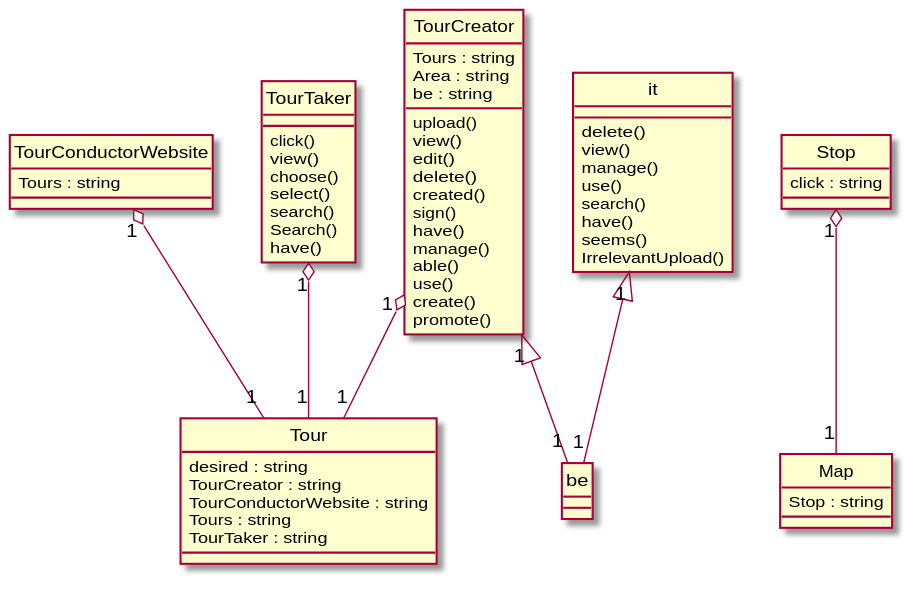
Earlier version of the PlantUML export Diagrams/2015-USC-Project05.svg (xixixhalu/DomainModelExtractor).
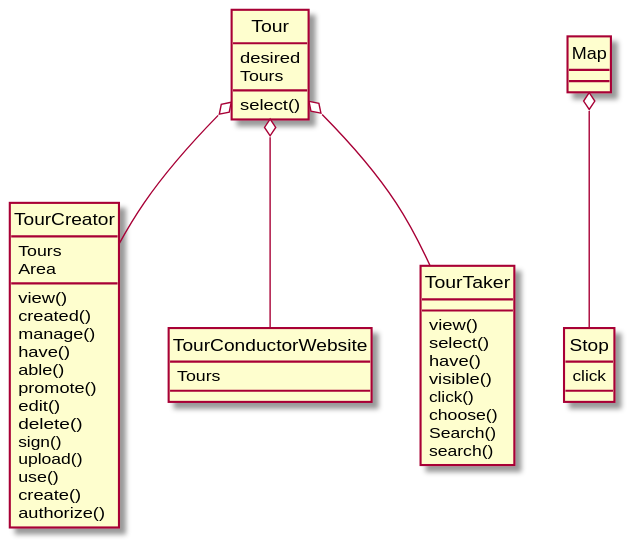
After the change.

What changed in the source:
```diff
@@ -1,61 +1,47 @@
 @startuml
 hide circle
 class TourCreator {
-	Tours : string
-	Area : string
-	be : string
-	upload()
+	Tours
+	Area
 	view()
+	created()
+	manage()
+	have()
+	able()
+	promote()
 	edit()
 	delete()
-	created()
 	sign()
-	have()
-	manage()
-	able()
+	upload()
 	use()
 	create()
-	promote()
+	authorize()
 }
 class Stop {
-	click : string
+	click
 }
 class Map {
-	Stop : string
 }
 class Tour {
-	desired : string
-	TourCreator : string
-	TourConductorWebsite : string
-	Tours : string
-	TourTaker : string
+	desired
+	Tours
+	select()
 }
 class TourConductorWebsite {
-	Tours : string
+	Tours
 }
 class TourTaker {
+	view()
+	select()
+	have()
+	visible()
 	click()
-	view()
 	choose()
-	select()
+	Search()
 	search()
-	Search()
-	have()
 }
-class it {
-	delete()
-	view()
-	manage()
-	use()
-	search()
-	have()
-	seems()
-	IrrelevantUpload()
-}
-Stop "1" o-- "1" Map
-TourCreator "1" o-- "1" Tour
-TourTaker "1" o-- "1" Tour
-it "1" <|-- "1" be
-TourCreator "1" <|-- "1" be
-TourConductorWebsite "1" o-- "1" Tour
+Tour o-- TourCreator
+Tour o-- TourTaker
+Tour o-- TourConductorWebsite
+Map o-- Stop
 @enduml
```
